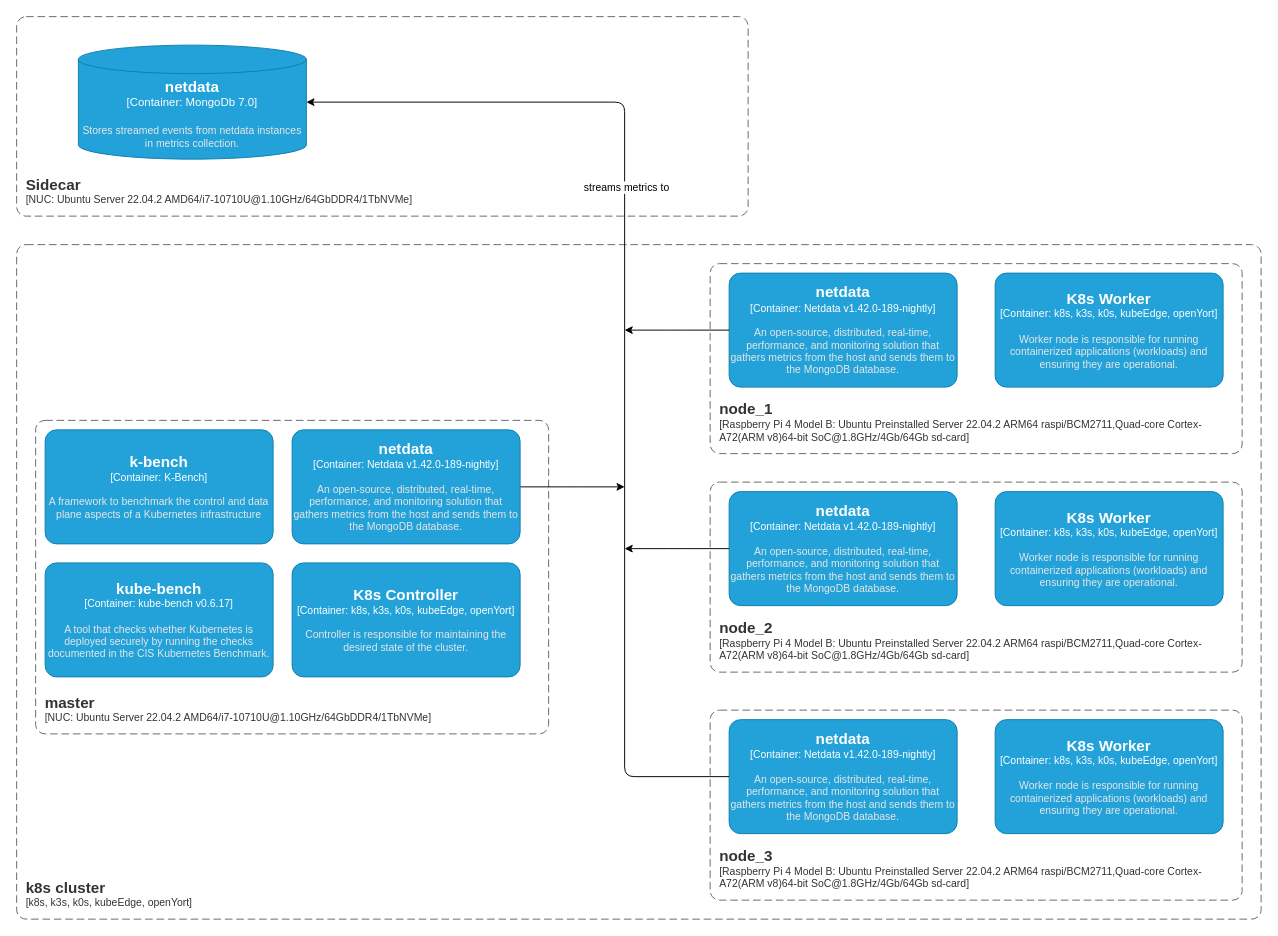
This is src/diagrams/deployment_diagram.drawio from DiyazY/iot-edge, a draw.io file, before an edit. Source tidied: cells renumbered, new cells numbered last; positions are measured from the earlier drawing's top-left corner, leaving out a move shared by most shapes. Both pictures are drawn from the tidied source at 95%, with x=0, y=0 at pixel (16, 16).
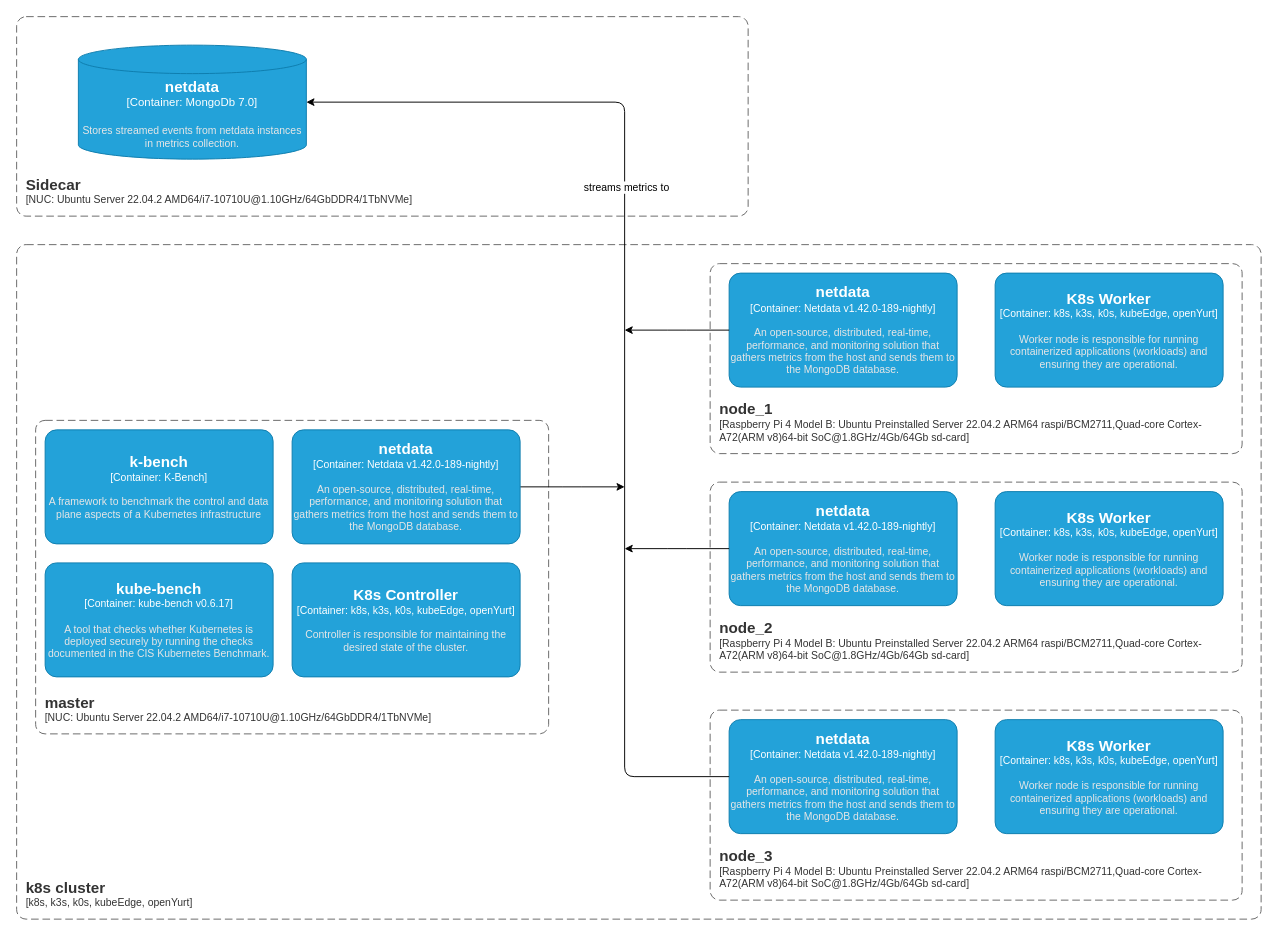
The same diagram, later.

Commit message (it also covers changes not shown here):
openYurt | corrected the mistype in k8s dist name

The change refers to these unchanged cells:
```xml
<mxCell id="9" style="group;" parent="1" vertex="1">
  <mxGeometry x="730" y="260" width="560" height="200" as="geometry" />
</mxCell>
<mxCell id="13" style="group;" parent="1" vertex="1">
  <mxGeometry x="730" y="490" width="560" height="200" as="geometry" />
</mxCell>
<mxCell id="17" style="group;" parent="1" vertex="1">
  <mxGeometry x="730" y="730" width="560" height="200" as="geometry" />
</mxCell>
```

Change to the diagram source:
```diff
@@
-    <object id="2" label="&lt;font style=&quot;font-size: 16px&quot;&gt;&lt;b&gt;&lt;div style=&quot;text-align: left&quot;&gt;%c4Name%&lt;/div&gt;&lt;/b&gt;&lt;/font&gt;&lt;div style=&quot;text-align: left&quot;&gt;[%c4Application%]&lt;/div&gt;" c4Application="k8s, k3s, k0s, kubeEdge, openYort" c4Name="k8s cluster" placeholders="1">
+    <object id="2" label="&lt;font style=&quot;font-size: 16px&quot;&gt;&lt;b&gt;&lt;div style=&quot;text-align: left&quot;&gt;%c4Name%&lt;/div&gt;&lt;/b&gt;&lt;/font&gt;&lt;div style=&quot;text-align: left&quot;&gt;[%c4Application%]&lt;/div&gt;" c4Application="k8s, k3s, k0s, kubeEdge, openYurt" c4Name="k8s cluster" placeholders="1">
       <mxCell style="rounded=1;fontSize=11;whiteSpace=wrap;html=1;dashed=1;arcSize=20;fillColor=none;strokeColor=#666666;fontColor=#333333;labelBackgroundColor=none;align=left;verticalAlign=bottom;labelBorderColor=none;spacingTop=0;spacing=10;dashPattern=8 4;perimeter=rectanglePerimeter;noLabel=0;labelPadding=0;absoluteArcSize=1;" parent="1" vertex="1">
         <mxGeometry y="240" width="1310" height="710" as="geometry" />
       </mxCell>
     </object>
@@
-    <object id="8" label="&lt;font style=&quot;font-size: 16px&quot;&gt;&lt;b&gt;%c4Name%&lt;/b&gt;&lt;/font&gt;&lt;div&gt;[%c4Type%: %c4Technology%]&lt;/div&gt;&lt;br&gt;&lt;div&gt;&lt;font style=&quot;font-size: 11px&quot;&gt;&lt;font color=&quot;#E6E6E6&quot;&gt;%c4Description%&lt;/font&gt;&lt;/div&gt;" c4Description="Controller is responsible for maintaining the desired state of the cluster." c4Name="K8s Controller" c4Technology="k8s, k3s, k0s, kubeEdge, openYort" c4Type="Container" placeholders="1">
+    <object id="8" label="&lt;font style=&quot;font-size: 16px&quot;&gt;&lt;b&gt;%c4Name%&lt;/b&gt;&lt;/font&gt;&lt;div&gt;[%c4Type%: %c4Technology%]&lt;/div&gt;&lt;br&gt;&lt;div&gt;&lt;font style=&quot;font-size: 11px&quot;&gt;&lt;font color=&quot;#E6E6E6&quot;&gt;%c4Description%&lt;/font&gt;&lt;/div&gt;" c4Description="Controller is responsible for maintaining the desired state of the cluster." c4Name="K8s Controller" c4Technology="k8s, k3s, k0s, kubeEdge, openYurt" c4Type="Container" placeholders="1">
       <mxCell style="rounded=1;whiteSpace=wrap;html=1;fontSize=11;labelBackgroundColor=none;fillColor=#23A2D9;fontColor=#ffffff;align=center;arcSize=10;strokeColor=#0E7DAD;" parent="1" vertex="1">
         <mxGeometry x="290" y="575" width="240" height="120" as="geometry" />
       </mxCell>
     </object>
@@
-    <object id="12" label="&lt;font style=&quot;font-size: 16px&quot;&gt;&lt;b&gt;%c4Name%&lt;/b&gt;&lt;/font&gt;&lt;div&gt;[%c4Type%: %c4Technology%]&lt;/div&gt;&lt;br&gt;&lt;div&gt;&lt;font style=&quot;font-size: 11px&quot;&gt;&lt;font color=&quot;#E6E6E6&quot;&gt;%c4Description%&lt;/font&gt;&lt;/div&gt;" c4Description="Worker node is responsible for running containerized applications (workloads) and ensuring they are operational." c4Name="K8s Worker" c4Technology="k8s, k3s, k0s, kubeEdge, openYort" c4Type="Container" placeholders="1">
+    <object id="12" label="&lt;font style=&quot;font-size: 16px&quot;&gt;&lt;b&gt;%c4Name%&lt;/b&gt;&lt;/font&gt;&lt;div&gt;[%c4Type%: %c4Technology%]&lt;/div&gt;&lt;br&gt;&lt;div&gt;&lt;font style=&quot;font-size: 11px&quot;&gt;&lt;font color=&quot;#E6E6E6&quot;&gt;%c4Description%&lt;/font&gt;&lt;/div&gt;" c4Description="Worker node is responsible for running containerized applications (workloads) and ensuring they are operational." c4Name="K8s Worker" c4Technology="k8s, k3s, k0s, kubeEdge, openYurt" c4Type="Container" placeholders="1">
       <mxCell style="rounded=1;whiteSpace=wrap;html=1;fontSize=11;labelBackgroundColor=none;fillColor=#23A2D9;fontColor=#ffffff;align=center;arcSize=10;strokeColor=#0E7DAD;" parent="9" vertex="1">
         <mxGeometry x="300" y="10" width="240" height="120" as="geometry" />
       </mxCell>
     </object>
@@
-    <object id="16" label="&lt;font style=&quot;font-size: 16px&quot;&gt;&lt;b&gt;%c4Name%&lt;/b&gt;&lt;/font&gt;&lt;div&gt;[%c4Type%: %c4Technology%]&lt;/div&gt;&lt;br&gt;&lt;div&gt;&lt;font style=&quot;font-size: 11px&quot;&gt;&lt;font color=&quot;#E6E6E6&quot;&gt;%c4Description%&lt;/font&gt;&lt;/div&gt;" c4Description="Worker node is responsible for running containerized applications (workloads) and ensuring they are operational." c4Name="K8s Worker" c4Technology="k8s, k3s, k0s, kubeEdge, openYort" c4Type="Container" placeholders="1">
+    <object id="16" label="&lt;font style=&quot;font-size: 16px&quot;&gt;&lt;b&gt;%c4Name%&lt;/b&gt;&lt;/font&gt;&lt;div&gt;[%c4Type%: %c4Technology%]&lt;/div&gt;&lt;br&gt;&lt;div&gt;&lt;font style=&quot;font-size: 11px&quot;&gt;&lt;font color=&quot;#E6E6E6&quot;&gt;%c4Description%&lt;/font&gt;&lt;/div&gt;" c4Description="Worker node is responsible for running containerized applications (workloads) and ensuring they are operational." c4Name="K8s Worker" c4Technology="k8s, k3s, k0s, kubeEdge, openYurt" c4Type="Container" placeholders="1">
       <mxCell style="rounded=1;whiteSpace=wrap;html=1;fontSize=11;labelBackgroundColor=none;fillColor=#23A2D9;fontColor=#ffffff;align=center;arcSize=10;strokeColor=#0E7DAD;" parent="13" vertex="1">
         <mxGeometry x="300" y="10" width="240" height="120" as="geometry" />
       </mxCell>
     </object>
@@
-    <object id="20" label="&lt;font style=&quot;font-size: 16px&quot;&gt;&lt;b&gt;%c4Name%&lt;/b&gt;&lt;/font&gt;&lt;div&gt;[%c4Type%: %c4Technology%]&lt;/div&gt;&lt;br&gt;&lt;div&gt;&lt;font style=&quot;font-size: 11px&quot;&gt;&lt;font color=&quot;#E6E6E6&quot;&gt;%c4Description%&lt;/font&gt;&lt;/div&gt;" c4Description="Worker node is responsible for running containerized applications (workloads) and ensuring they are operational." c4Name="K8s Worker" c4Technology="k8s, k3s, k0s, kubeEdge, openYort" c4Type="Container" placeholders="1">
+    <object id="20" label="&lt;font style=&quot;font-size: 16px&quot;&gt;&lt;b&gt;%c4Name%&lt;/b&gt;&lt;/font&gt;&lt;div&gt;[%c4Type%: %c4Technology%]&lt;/div&gt;&lt;br&gt;&lt;div&gt;&lt;font style=&quot;font-size: 11px&quot;&gt;&lt;font color=&quot;#E6E6E6&quot;&gt;%c4Description%&lt;/font&gt;&lt;/div&gt;" c4Description="Worker node is responsible for running containerized applications (workloads) and ensuring they are operational." c4Name="K8s Worker" c4Technology="k8s, k3s, k0s, kubeEdge, openYurt" c4Type="Container" placeholders="1">
       <mxCell style="rounded=1;whiteSpace=wrap;html=1;fontSize=11;labelBackgroundColor=none;fillColor=#23A2D9;fontColor=#ffffff;align=center;arcSize=10;strokeColor=#0E7DAD;" parent="17" vertex="1">
         <mxGeometry x="300" y="10" width="240" height="120" as="geometry" />
       </mxCell>
     </object>
```
